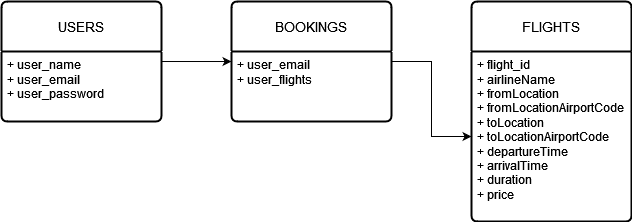
praneethravuri/Horizon-Airlines-Bookings keeps this draw.io diagram as documentation_images/complex_query_1.png. Above is the earlier version. Source tidied: cells renumbered, new cells last; positions are measured from the earlier drawing's top-left corner, leaving out a move shared by most shapes.
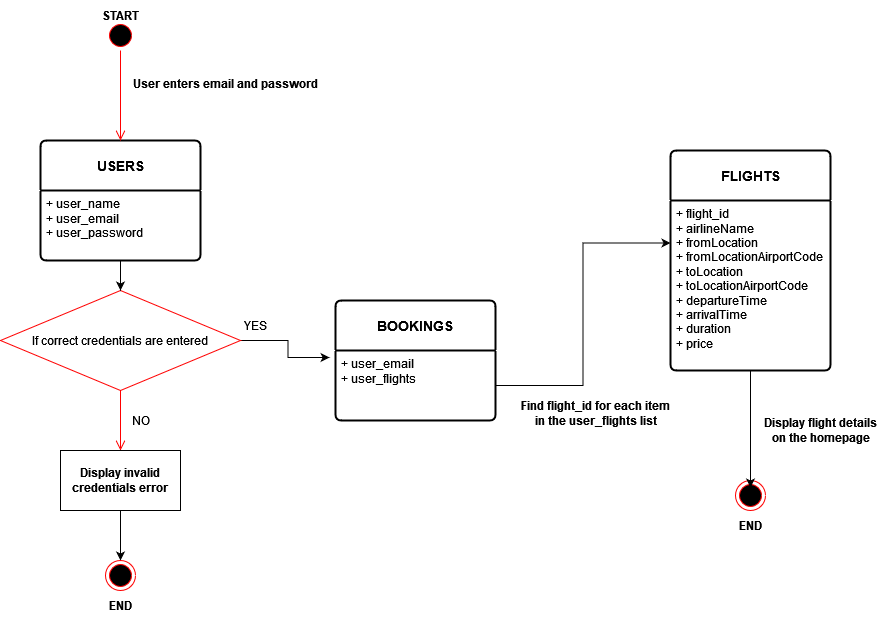
After the commit.

Commit message:
complex_query_2 documentation

Diff of the diagram source:
```diff
@@ -2,29 +2,83 @@
   <root>
     <mxCell id="0" />
     <mxCell id="1" parent="0" />
-    <mxCell id="2" style="edgeStyle=orthogonalEdgeStyle;rounded=0;jettySize=auto;html=1;entryX=0;entryY=0.143;entryDx=0;entryDy=0;entryPerimeter=0;" parent="1" edge="1" source="3" target="7">
-      <mxGeometry relative="1" as="geometry" />
-    </mxCell>
-    <mxCell id="3" value="USERS" style="swimlane;horizontal=1;startSize=50;rounded=1;fontSize=14;fontStyle=0;strokeWidth=2;shadow=0;dashed=0;align=center;arcSize=4;whiteSpace=wrap;html=1;" parent="1" vertex="1">
+    <mxCell id="3" value="&lt;b&gt;USERS&lt;/b&gt;" style="swimlane;horizontal=1;startSize=50;rounded=1;fontSize=14;fontStyle=0;strokeWidth=2;shadow=0;dashed=0;align=center;arcSize=4;whiteSpace=wrap;html=1;" parent="1" vertex="1">
       <mxGeometry width="160" height="120" as="geometry" />
     </mxCell>
     <mxCell id="4" value="+ user_name&lt;br&gt;+ user_email&lt;br&gt;+ user_password" style="align=left;strokeColor=none;fillColor=none;spacingLeft=4;fontSize=12;verticalAlign=top;html=1;" parent="3" vertex="1">
       <mxGeometry y="50" width="160" height="70" as="geometry" />
     </mxCell>
-    <mxCell id="5" style="edgeStyle=orthogonalEdgeStyle;rounded=0;jettySize=auto;html=1;" parent="1" edge="1" source="6" target="9">
-      <mxGeometry relative="1" as="geometry" />
-    </mxCell>
-    <mxCell id="6" value="BOOKINGS" style="swimlane;horizontal=1;startSize=50;rounded=1;fontSize=14;fontStyle=0;strokeWidth=2;shadow=0;dashed=0;align=center;arcSize=4;whiteSpace=wrap;html=1;" parent="1" vertex="1">
-      <mxGeometry x="230" width="160" height="120" as="geometry" />
+    <mxCell id="6" value="&lt;b&gt;BOOKINGS&lt;/b&gt;" style="swimlane;horizontal=1;startSize=50;rounded=1;fontSize=14;fontStyle=0;strokeWidth=2;shadow=0;dashed=0;align=center;arcSize=4;whiteSpace=wrap;html=1;" parent="1" vertex="1">
+      <mxGeometry x="295" y="160" width="160" height="120" as="geometry" />
     </mxCell>
     <mxCell id="7" value="+ user_email&lt;br&gt;+ user_flights&lt;br&gt;" style="align=left;strokeColor=none;fillColor=none;spacingLeft=4;fontSize=12;verticalAlign=top;html=1;" parent="6" vertex="1">
       <mxGeometry y="50" width="160" height="70" as="geometry" />
     </mxCell>
-    <mxCell id="8" value="FLIGHTS" style="swimlane;horizontal=1;startSize=50;rounded=1;fontSize=14;fontStyle=0;strokeWidth=2;shadow=0;dashed=0;align=center;arcSize=4;whiteSpace=wrap;html=1;" parent="1" vertex="1">
-      <mxGeometry x="470" width="160" height="220" as="geometry" />
+    <mxCell id="8" value="&lt;b&gt;FLIGHTS&lt;/b&gt;" style="swimlane;horizontal=1;startSize=50;rounded=1;fontSize=14;fontStyle=0;strokeWidth=2;shadow=0;dashed=0;align=center;arcSize=4;whiteSpace=wrap;html=1;" parent="1" vertex="1">
+      <mxGeometry x="630" y="10" width="160" height="220" as="geometry" />
     </mxCell>
     <mxCell id="9" value="+ flight_id&lt;br&gt;+ airlineName&lt;br&gt;&lt;div&gt;+ fromLocation&lt;/div&gt;&lt;div&gt;+ fromLocationAirportCode&lt;/div&gt;&lt;div&gt;+ toLocation&lt;/div&gt;&lt;div&gt;+ toLocationAirportCode&lt;/div&gt;&lt;div&gt;+ departureTime&lt;/div&gt;&lt;div&gt;+ arrivalTime&lt;/div&gt;&lt;div&gt;+ duration&lt;/div&gt;&lt;div&gt;+ price&lt;br&gt;&lt;/div&gt;" style="align=left;strokeColor=none;fillColor=none;spacingLeft=4;fontSize=12;verticalAlign=top;html=1;" parent="8" vertex="1">
       <mxGeometry y="50" width="160" height="170" as="geometry" />
     </mxCell>
+    <mxCell id="10" style="ellipse;html=1;shape=startState;fillColor=#000000;strokeColor=#ff0000;" parent="1" vertex="1">
+      <mxGeometry x="65" y="-120" width="30" height="30" as="geometry" />
+    </mxCell>
+    <mxCell id="11" style="edgeStyle=orthogonalEdgeStyle;html=1;verticalAlign=bottom;endArrow=open;endSize=8;strokeColor=#ff0000;rounded=0;entryX=0.5;entryY=0;entryDx=0;entryDy=0;" parent="1" edge="1" source="10" target="3">
+      <mxGeometry relative="1" as="geometry" />
+    </mxCell>
+    <mxCell id="12" style="edgeStyle=orthogonalEdgeStyle;rounded=0;jettySize=auto;html=1;entryX=-0.037;entryY=0.1;entryDx=0;entryDy=0;entryPerimeter=0;" parent="1" edge="1" source="13" target="7">
+      <mxGeometry relative="1" as="geometry" />
+    </mxCell>
+    <mxCell id="13" value="If correct credentials are entered" style="rhombus;whiteSpace=wrap;html=1;fontColor=#000000;fillColor=#FFFFFF;strokeColor=#ff0000;" parent="1" vertex="1">
+      <mxGeometry x="-40" y="150" width="240" height="100" as="geometry" />
+    </mxCell>
+    <mxCell id="14" style="edgeStyle=orthogonalEdgeStyle;html=1;align=left;verticalAlign=top;endArrow=open;endSize=8;strokeColor=#ff0000;rounded=0;entryX=0.5;entryY=0;entryDx=0;entryDy=0;" parent="1" edge="1" source="13" target="19">
+      <mxGeometry x="-1" relative="1" as="geometry" />
+    </mxCell>
+    <mxCell id="15" style="edgeStyle=orthogonalEdgeStyle;rounded=0;jettySize=auto;html=1;entryX=0;entryY=0.25;entryDx=0;entryDy=0;" parent="1" edge="1" source="7" target="9">
+      <mxGeometry relative="1" as="geometry" />
+    </mxCell>
+    <mxCell id="16" value="&lt;div&gt;YES&lt;/div&gt;" style="text;html=1;align=center;verticalAlign=middle;strokeColor=none;fillColor=none;" parent="1" vertex="1">
+      <mxGeometry x="190" y="170" width="50" height="30" as="geometry" />
+    </mxCell>
+    <mxCell id="17" value="&lt;div&gt;NO&lt;/div&gt;" style="text;html=1;align=center;verticalAlign=middle;strokeColor=none;fillColor=none;" parent="1" vertex="1">
+      <mxGeometry x="80" y="265" width="40" height="30" as="geometry" />
+    </mxCell>
+    <mxCell id="18" style="edgeStyle=orthogonalEdgeStyle;rounded=0;jettySize=auto;html=1;entryX=0.5;entryY=0;entryDx=0;entryDy=0;" parent="1" edge="1" source="19" target="25">
+      <mxGeometry relative="1" as="geometry" />
+    </mxCell>
+    <mxCell id="19" value="&lt;b&gt;Display invalid credentials error&lt;/b&gt;" style="whiteSpace=wrap;html=1;" parent="1" vertex="1">
+      <mxGeometry x="20" y="310" width="120" height="60" as="geometry" />
+    </mxCell>
+    <mxCell id="20" value="&lt;div&gt;&lt;b&gt;Find flight_id for each item &lt;br&gt;&lt;/b&gt;&lt;/div&gt;&lt;div&gt;&lt;b&gt;in the user_flights list&lt;/b&gt;&lt;/div&gt;&lt;div&gt;&lt;b&gt;&lt;br&gt;&lt;/b&gt;&lt;/div&gt;" style="text;html=1;align=center;verticalAlign=middle;strokeColor=none;fillColor=none;" parent="1" vertex="1">
+      <mxGeometry x="470" y="250" width="170" height="60" as="geometry" />
+    </mxCell>
+    <mxCell id="21" style="ellipse;html=1;shape=endState;fillColor=#000000;strokeColor=#ff0000;" parent="1" vertex="1">
+      <mxGeometry x="695" y="340" width="30" height="30" as="geometry" />
+    </mxCell>
+    <mxCell id="22" value="&lt;b&gt;START&lt;/b&gt;" style="text;html=1;align=center;verticalAlign=middle;strokeColor=none;fillColor=none;" parent="1" vertex="1">
+      <mxGeometry x="50" y="-140" width="60" height="30" as="geometry" />
+    </mxCell>
+    <mxCell id="23" value="&lt;b&gt;END&lt;/b&gt;" style="text;html=1;align=center;verticalAlign=middle;strokeColor=none;fillColor=none;" parent="1" vertex="1">
+      <mxGeometry x="685" y="370" width="50" height="30" as="geometry" />
+    </mxCell>
+    <mxCell id="24" value="&lt;b&gt;User enters email and password&lt;br&gt;&lt;/b&gt;" style="text;html=1;align=center;verticalAlign=middle;strokeColor=none;fillColor=none;" parent="1" vertex="1">
+      <mxGeometry x="80" y="-72" width="210" height="30" as="geometry" />
+    </mxCell>
+    <mxCell id="25" style="ellipse;html=1;shape=endState;fillColor=#000000;strokeColor=#ff0000;" parent="1" vertex="1">
+      <mxGeometry x="65" y="420" width="30" height="30" as="geometry" />
+    </mxCell>
+    <mxCell id="26" value="&lt;b&gt;END&lt;/b&gt;" style="text;html=1;align=center;verticalAlign=middle;strokeColor=none;fillColor=none;" parent="1" vertex="1">
+      <mxGeometry x="55" y="450" width="50" height="30" as="geometry" />
+    </mxCell>
+    <mxCell id="27" style="edgeStyle=orthogonalEdgeStyle;rounded=0;jettySize=auto;html=1;entryX=0.5;entryY=0;entryDx=0;entryDy=0;" parent="1" edge="1" source="4" target="13">
+      <mxGeometry relative="1" as="geometry" />
+    </mxCell>
+    <mxCell id="28" style="edgeStyle=orthogonalEdgeStyle;rounded=0;jettySize=auto;html=1;entryX=0.5;entryY=0.233;entryDx=0;entryDy=0;entryPerimeter=0;" parent="1" edge="1" source="9" target="21">
+      <mxGeometry relative="1" as="geometry" />
+    </mxCell>
+    <mxCell id="29" value="&lt;div&gt;&lt;b&gt;Display flight details &lt;br&gt;&lt;/b&gt;&lt;/div&gt;&lt;div&gt;&lt;b&gt;on the homepage&lt;/b&gt;&lt;/div&gt;" style="text;html=1;align=center;verticalAlign=middle;strokeColor=none;fillColor=none;" parent="1" vertex="1">
+      <mxGeometry x="710" y="270" width="140" height="40" as="geometry" />
+    </mxCell>
   </root>
 </mxGraphModel>
```
